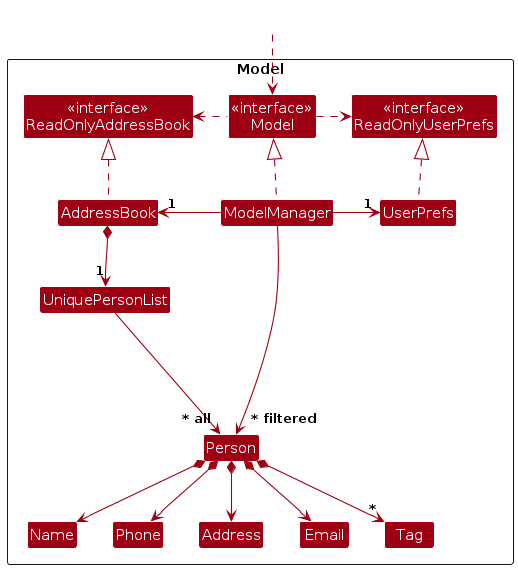
AY2627S1-CS2103T-F12-2/tp keeps this PlantUML diagram as diagrams/ModelClassDiagram.png. Above is the earlier version. Its source is kept beside it as diagrams/ModelClassDiagram.puml. Source of this version:
```plantuml
@startuml
!include style.puml
skinparam arrowThickness 1.1
skinparam arrowColor MODEL_COLOR
skinparam classBackgroundColor MODEL_COLOR

Package Model as ModelPackage <<Rectangle>>{
Class "<<interface>>\nReadOnlyAddressBook" as ReadOnlyAddressBook
Class "<<interface>>\nReadOnlyUserPrefs" as ReadOnlyUserPrefs
Class "<<interface>>\nModel" as Model
Class AddressBook
Class ModelManager
Class UserPrefs

Class UniquePersonList
Class Person
Class Address
Class Email
Class Name
Class Phone
Class Tag

Class I #FFFFFF
}

Class HiddenOutside #FFFFFF
HiddenOutside ..> Model

AddressBook .up.|> ReadOnlyAddressBook

ModelManager .up.|> Model
Model .right.> ReadOnlyUserPrefs
Model .left.> ReadOnlyAddressBook
ModelManager -left-> "1" AddressBook
ModelManager -right-> "1" UserPrefs
UserPrefs .up.|> ReadOnlyUserPrefs

AddressBook *--> "1" UniquePersonList
UniquePersonList --> "~* all" Person
Person *--> Name
Person *--> Phone
Person *--> Email
Person *--> Address
Person *--> "*" Tag

Person -[hidden]up--> I
UniquePersonList -[hidden]right-> I

Name -[hidden]right-> Phone
Phone -[hidden]right-> Address
Address -[hidden]right-> Email

ModelManager --> "~* filtered" Person
@enduml
```
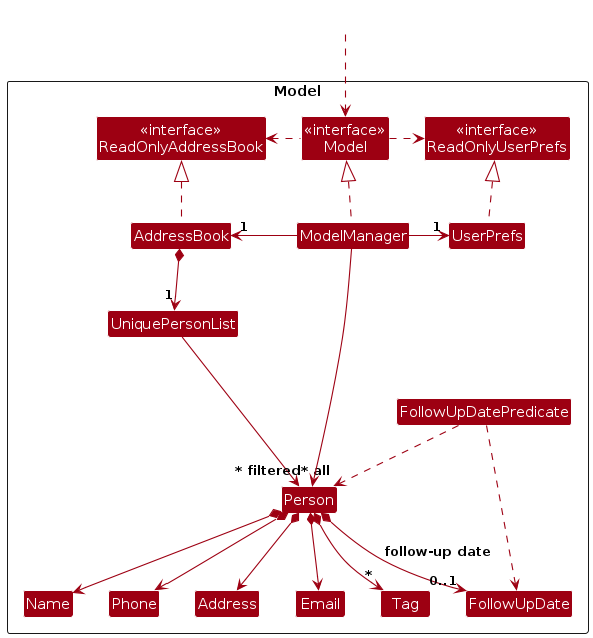
After the commit.

Change to the diagram source:
```diff
@@ -19,6 +19,8 @@
 Class Name
 Class Phone
 Class Tag
+Class FollowUpDate
+Class FollowUpDatePredicate
 
 Class I #FFFFFF
 }
@@ -42,6 +44,10 @@
 Person *--> Email
 Person *--> Address
 Person *--> "*" Tag
+Person *--> "0..1" FollowUpDate : follow-up date
+
+FollowUpDatePredicate ..> FollowUpDate
+FollowUpDatePredicate ..> Person
 
 Person -[hidden]up--> I
 UniquePersonList -[hidden]right-> I
```
